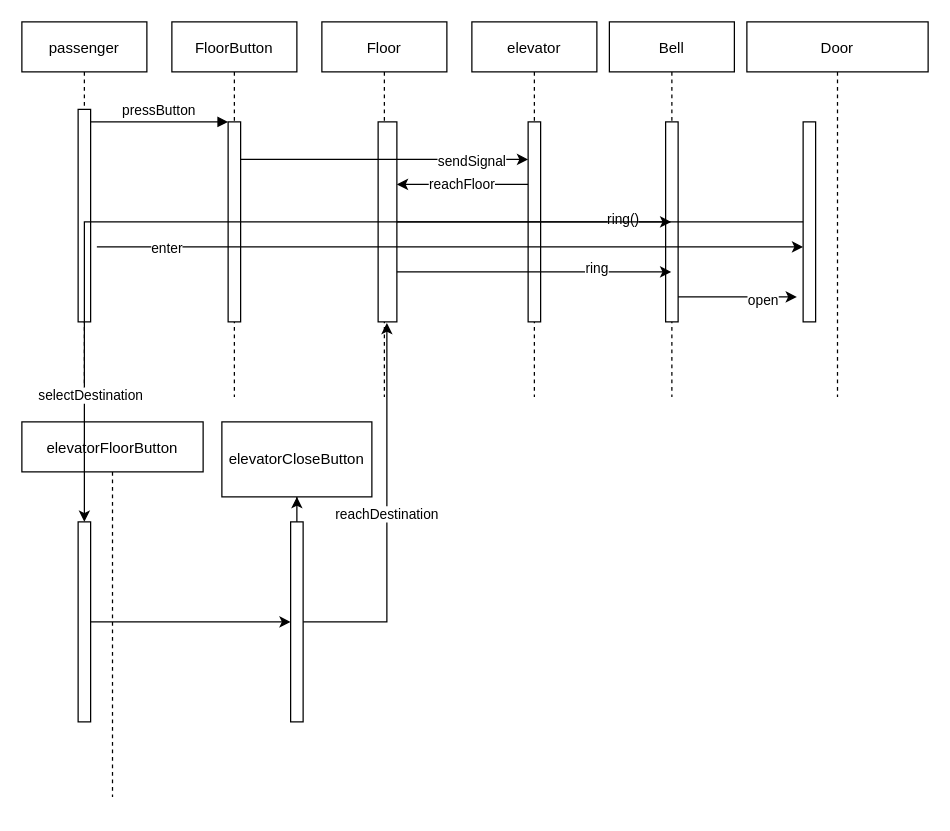
Before: Untitled Diagram.drawio in therealdandong/trie, a draw.io diagram. Source tidied: cells renumbered, new cells numbered last; positions are measured from the earlier drawing's top-left corner, leaving out a move shared by most shapes. Both pictures are drawn from the tidied source at 125%, with x=0, y=0 at pixel (21, 21).
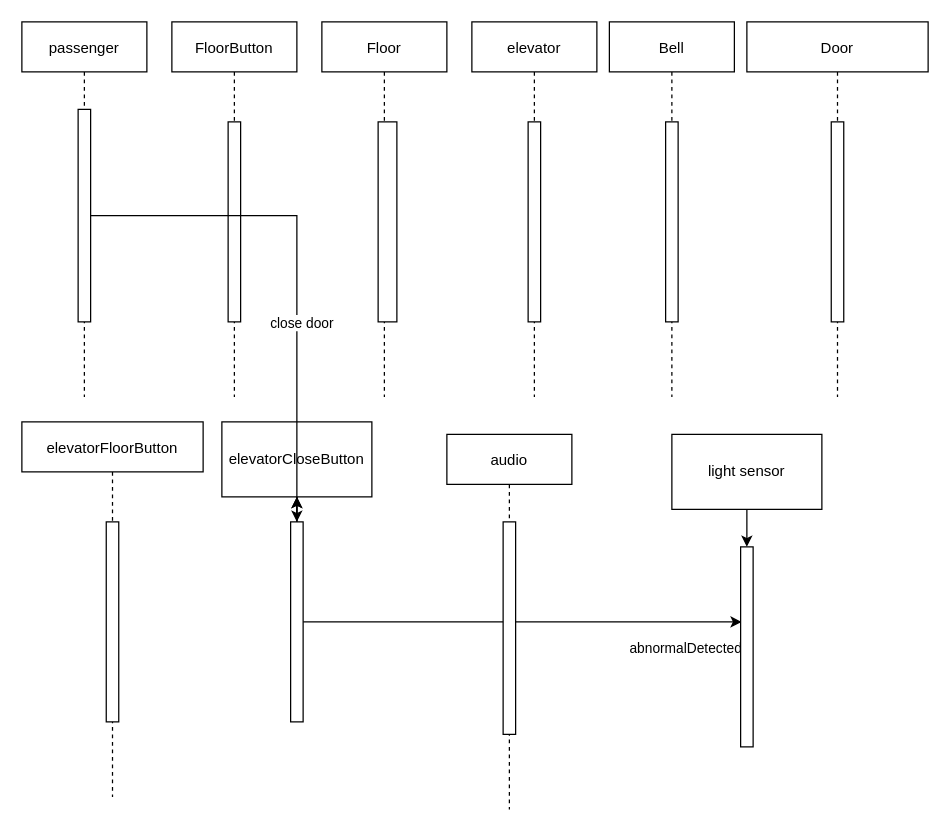
Above is the later version.

The change refers to these unchanged cells:
```xml
<mxCell id="3" style="points=[];perimeter=orthogonalPerimeter;rounded=0;shadow=0;strokeWidth=1;" parent="2" vertex="1">
  <mxGeometry x="45" y="70" width="10" height="170" as="geometry" />
</mxCell>
<mxCell id="5" style="points=[];perimeter=orthogonalPerimeter;rounded=0;shadow=0;strokeWidth=1;" parent="4" vertex="1">
  <mxGeometry x="45" y="80" width="10" height="160" as="geometry" />
</mxCell>
<mxCell id="7" value="Floor" style="shape=umlLifeline;perimeter=lifelinePerimeter;rounded=0;shadow=0;strokeWidth=1;" parent="1" vertex="1">
  <mxGeometry x="240" width="100" height="300" as="geometry" />
</mxCell>
<mxCell id="8" style="points=[];perimeter=orthogonalPerimeter;rounded=0;shadow=0;strokeWidth=1;" parent="7" vertex="1">
  <mxGeometry x="45" y="80" width="15" height="160" as="geometry" />
</mxCell>
<mxCell id="10" style="points=[];perimeter=orthogonalPerimeter;rounded=0;shadow=0;strokeWidth=1;" parent="9" vertex="1">
  <mxGeometry x="45" y="80" width="10" height="160" as="geometry" />
</mxCell>
<mxCell id="14" value="Bell" style="shape=umlLifeline;perimeter=lifelinePerimeter;rounded=0;shadow=0;strokeWidth=1;" parent="1" vertex="1">
  <mxGeometry x="470" width="100" height="300" as="geometry" />
</mxCell>
<mxCell id="18" value="Door" style="shape=umlLifeline;perimeter=lifelinePerimeter;rounded=0;shadow=0;strokeWidth=1;" parent="1" vertex="1">
  <mxGeometry x="580" width="145" height="300" as="geometry" />
</mxCell>
<mxCell id="24" value="elevatorFloorButton" style="shape=umlLifeline;perimeter=lifelinePerimeter;rounded=0;shadow=0;strokeWidth=1;" parent="1" vertex="1">
  <mxGeometry y="320" width="145" height="300" as="geometry" />
</mxCell>
<mxCell id="30" style="points=[];perimeter=orthogonalPerimeter;rounded=0;shadow=0;strokeWidth=1;" parent="1" vertex="1">
  <mxGeometry x="215" y="400" width="10" height="160" as="geometry" />
</mxCell>
<mxCell id="32" value="elevatorCloseButton" style="whiteSpace=wrap;html=1;rounded=0;shadow=0;strokeWidth=1;" parent="1" vertex="1">
  <mxGeometry x="160" y="320" width="120" height="60" as="geometry" />
</mxCell>
```

The edit, as a diff of the source:
```diff
@@
-    <mxCell id="6" value="pressButton" style="verticalAlign=bottom;endArrow=block;entryX=0;entryY=0;shadow=0;strokeWidth=1;" parent="1" edge="1" source="3" target="5">
-      <mxGeometry relative="1" as="geometry" />
-    </mxCell>
@@
-    <mxCell id="11" style="edgeStyle=orthogonalEdgeStyle;rounded=0;jettySize=auto;html=1;" parent="1" edge="1" source="5" target="10">
-      <mxGeometry relative="1" as="geometry">
-        <Array as="points">
-          <mxPoint x="280" y="110" />
-          <mxPoint x="280" y="110" />
-        </Array>
-      </mxGeometry>
-    </mxCell>
-    <mxCell id="12" value="sendSignal" style="edgeLabel;html=1;align=center;verticalAlign=middle;" parent="11" vertex="1">
-      <mxGeometry x="0.6" y="-1" relative="1" as="geometry" />
-    </mxCell>
-    <mxCell id="13" value="reachFloor" style="edgeStyle=orthogonalEdgeStyle;rounded=0;jettySize=auto;html=1;" parent="1" edge="1" source="10" target="8">
-      <mxGeometry relative="1" as="geometry">
-        <Array as="points">
-          <mxPoint x="360" y="130" />
-          <mxPoint x="360" y="130" />
-        </Array>
-      </mxGeometry>
-    </mxCell>
@@
-    <mxCell id="16" style="edgeStyle=orthogonalEdgeStyle;rounded=0;jettySize=auto;html=1;" parent="1" edge="1" source="8" target="14">
-      <mxGeometry relative="1" as="geometry">
-        <Array as="points">
-          <mxPoint x="470" y="160" />
-          <mxPoint x="470" y="160" />
-        </Array>
-      </mxGeometry>
-    </mxCell>
-    <mxCell id="17" value="ring()" style="edgeLabel;html=1;align=center;verticalAlign=middle;" parent="16" vertex="1">
-      <mxGeometry x="0.64" y="3" relative="1" as="geometry" />
-    </mxCell>
@@
     <mxCell id="19" style="points=[];perimeter=orthogonalPerimeter;rounded=0;shadow=0;strokeWidth=1;" parent="18" vertex="1">
-      <mxGeometry x="45" y="80" width="10" height="160" as="geometry" />
+      <mxGeometry x="67.5" y="80" width="10" height="160" as="geometry" />
     </mxCell>
-    <mxCell id="20" style="endArrow=classic;html=1;rounded=0;" parent="18" edge="1">
-      <mxGeometry relative="1" as="geometry">
-        <mxPoint x="-55" y="220" as="sourcePoint" />
-        <mxPoint x="40" y="220" as="targetPoint" />
-      </mxGeometry>
-    </mxCell>
-    <mxCell id="21" value="open" style="edgeLabel;html=1;align=center;verticalAlign=middle;" parent="20" vertex="1">
-      <mxGeometry x="0.41" y="-2" relative="1" as="geometry" />
-    </mxCell>
-    <mxCell id="22" style="edgeStyle=orthogonalEdgeStyle;rounded=0;jettySize=auto;html=1;" parent="1" edge="1" target="19">
-      <mxGeometry relative="1" as="geometry">
-        <mxPoint x="60" y="180" as="sourcePoint" />
-        <Array as="points">
-          <mxPoint x="600" y="180" />
-          <mxPoint x="600" y="180" />
-        </Array>
-      </mxGeometry>
-    </mxCell>
-    <mxCell id="23" value="enter" style="edgeLabel;html=1;align=center;verticalAlign=middle;" parent="22" vertex="1">
-      <mxGeometry x="-0.81" relative="1" as="geometry">
-        <mxPoint x="1" as="offset" />
-      </mxGeometry>
-    </mxCell>
@@
     <mxCell id="25" style="points=[];perimeter=orthogonalPerimeter;rounded=0;shadow=0;strokeWidth=1;" parent="24" vertex="1">
-      <mxGeometry x="45" y="80" width="10" height="160" as="geometry" />
+      <mxGeometry x="67.5" y="80" width="10" height="160" as="geometry" />
     </mxCell>
-    <mxCell id="26" style="edgeStyle=orthogonalEdgeStyle;rounded=0;jettySize=auto;html=1;" parent="1" edge="1" source="19" target="25">
-      <mxGeometry relative="1" as="geometry">
-        <Array as="points">
-          <mxPoint x="50" y="160" />
-        </Array>
-      </mxGeometry>
-    </mxCell>
-    <mxCell id="27" value="selectDestination" style="edgeLabel;html=1;align=center;verticalAlign=middle;" parent="26" vertex="1">
-      <mxGeometry x="0.75" y="4" relative="1" as="geometry" />
-    </mxCell>
@@
-    <mxCell id="29" value="reachDestination" style="edgeStyle=orthogonalEdgeStyle;rounded=0;jettySize=auto;html=1;entryX=0.52;entryY=0.803;entryDx=0;entryDy=0;entryPerimeter=0;" parent="1" edge="1" source="30" target="7">
-      <mxGeometry relative="1" as="geometry" />
-    </mxCell>
+    <mxCell id="35" style="edgeStyle=orthogonalEdgeStyle;rounded=0;jettySize=auto;html=1;" parent="1" edge="1" source="30" target="32">
+      <mxGeometry relative="1" as="geometry" />
+    </mxCell>
+    <mxCell id="36" style="edgeStyle=orthogonalEdgeStyle;rounded=0;jettySize=auto;html=1;entryX=0.083;entryY=0.375;entryDx=0;entryDy=0;entryPerimeter=0;" parent="1" edge="1" source="30" target="38">
+      <mxGeometry relative="1" as="geometry" />
+    </mxCell>
+    <mxCell id="37" value="abnormalDetected" style="edgeLabel;html=1;align=center;verticalAlign=middle;" parent="36" vertex="1">
+      <mxGeometry x="0.9" y="-2" relative="1" as="geometry">
+        <mxPoint x="-28" y="18" as="offset" />
+      </mxGeometry>
+    </mxCell>
@@
-    <mxCell id="31" style="edgeStyle=orthogonalEdgeStyle;rounded=0;jettySize=auto;html=1;" parent="1" edge="1" source="25" target="30">
-      <mxGeometry relative="1" as="geometry" />
-    </mxCell>
@@
-    <mxCell id="33" style="endArrow=classic;html=1;rounded=0;" parent="1" edge="1" target="14">
-      <mxGeometry relative="1" as="geometry">
-        <mxPoint x="300" y="200" as="sourcePoint" />
-      </mxGeometry>
-    </mxCell>
-    <mxCell id="34" value="ring" style="edgeLabel;html=1;align=center;verticalAlign=middle;" parent="33" vertex="1">
-      <mxGeometry x="0.45" y="4" relative="1" as="geometry" />
-    </mxCell>
+    <mxCell id="38" style="points=[];perimeter=orthogonalPerimeter;rounded=0;shadow=0;strokeWidth=1;" parent="1" vertex="1">
+      <mxGeometry x="575" y="420" width="10" height="160" as="geometry" />
+    </mxCell>
+    <mxCell id="39" style="edgeStyle=orthogonalEdgeStyle;rounded=0;jettySize=auto;html=1;" parent="1" edge="1" source="40" target="38">
+      <mxGeometry relative="1" as="geometry" />
+    </mxCell>
+    <mxCell id="40" value="light sensor" style="whiteSpace=wrap;html=1;rounded=0;shadow=0;strokeWidth=1;" parent="1" vertex="1">
+      <mxGeometry x="520" y="330" width="120" height="60" as="geometry" />
+    </mxCell>
+    <mxCell id="41" value="audio" style="shape=umlLifeline;perimeter=lifelinePerimeter;rounded=0;shadow=0;strokeWidth=1;" parent="1" vertex="1">
+      <mxGeometry x="340" y="330" width="100" height="300" as="geometry" />
+    </mxCell>
+    <mxCell id="42" style="perimeter=orthogonalPerimeter;rounded=0;shadow=0;strokeWidth=1;" parent="41" vertex="1">
+      <mxGeometry x="45" y="70" width="10" height="170" as="geometry" />
+    </mxCell>
+    <mxCell id="43" style="edgeStyle=orthogonalEdgeStyle;rounded=0;jettySize=auto;html=1;" parent="1" edge="1" source="3" target="30">
+      <mxGeometry relative="1" as="geometry" />
+    </mxCell>
+    <mxCell id="44" value="close door" style="edgeLabel;html=1;align=center;verticalAlign=middle;" parent="43" vertex="1">
+      <mxGeometry x="0.22" y="3" relative="1" as="geometry" />
+    </mxCell>
```
